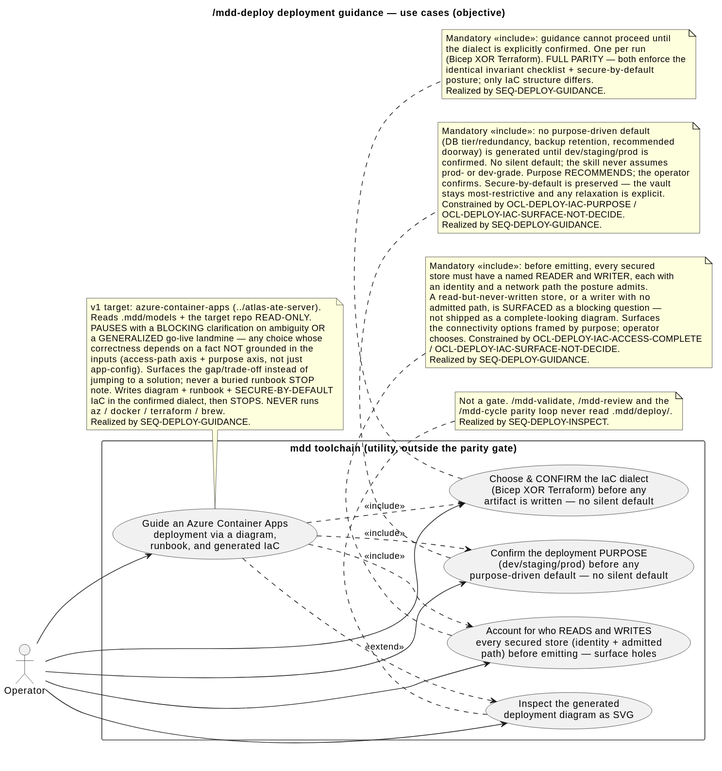
Before: .mdd/rendered/models/objective/use-cases/deploy-guidance.svg, a diagram exported from PlantUML (cthadeufaria/model-driven-development).
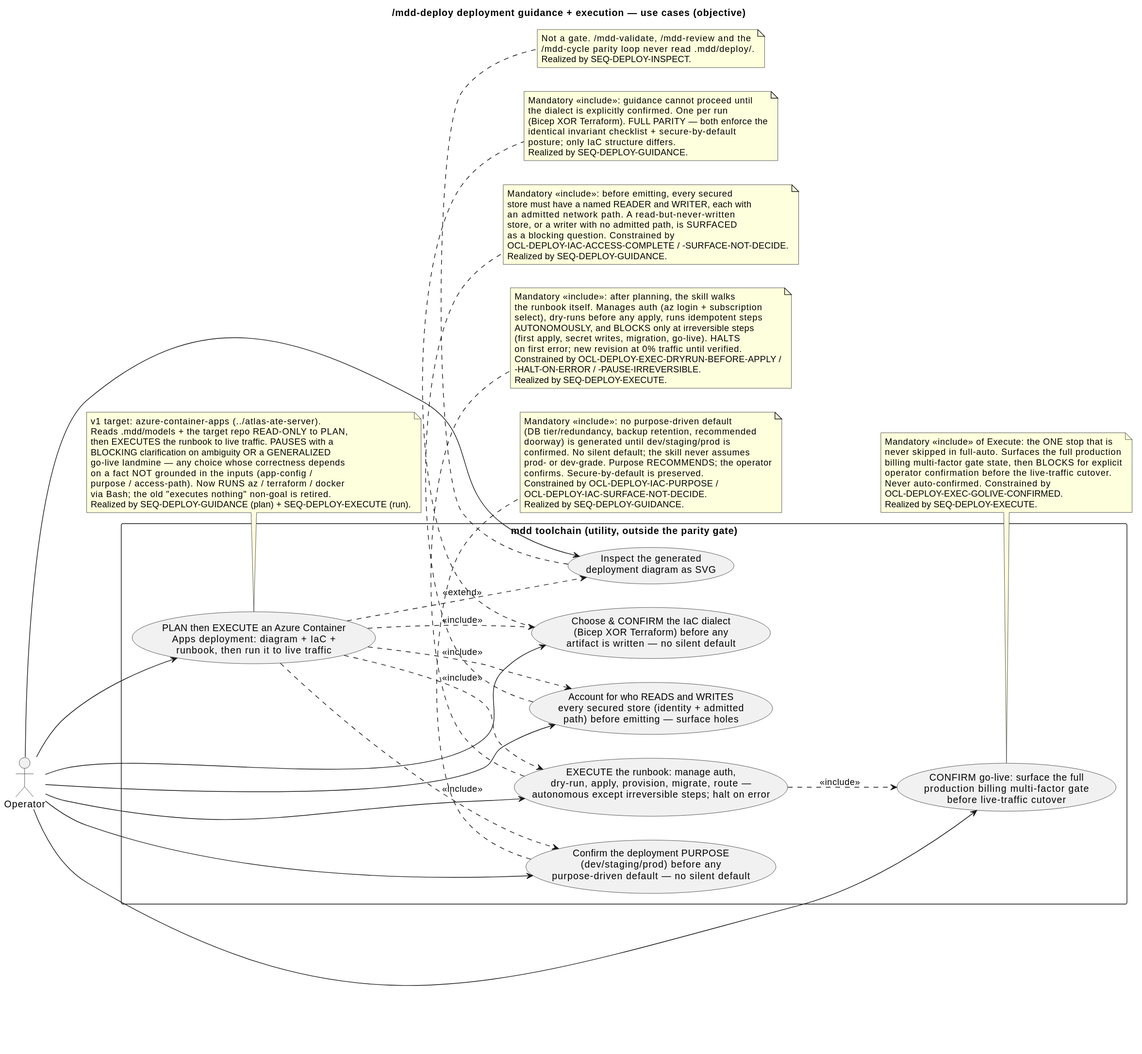
Later version of the same file.

Diff of the diagram source:
```diff
@@ -1,15 +1,17 @@
 @startuml
-title /mdd-deploy deployment guidance — use cases (objective)
+title /mdd-deploy deployment guidance + execution — use cases (objective)
 
 left to right direction
 
 actor "Operator" as Op
 
 rectangle "mdd toolchain (utility, outside the parity gate)" {
-  usecase "Guide an Azure Container Apps\ndeployment via a diagram,\nrunbook, and generated IaC" as Guide
+  usecase "PLAN then EXECUTE an Azure Container\nApps deployment: diagram + IaC +\nrunbook, then run it to live traffic" as Guide
   usecase "Choose & CONFIRM the IaC dialect\n(Bicep XOR Terraform) before any\nartifact is written — no silent default" as Dialect
   usecase "Confirm the deployment PURPOSE\n(dev/staging/prod) before any\npurpose-driven default — no silent default" as Purpose
   usecase "Account for who READS and WRITES\nevery secured store (identity + admitted\npath) before emitting — surface holes" as AccessCheck
+  usecase "EXECUTE the runbook: manage auth,\ndry-run, apply, provision, migrate, route —\nautonomous except irreversible steps; halt on error" as Execute
+  usecase "CONFIRM go-live: surface the full\nproduction billing multi-factor gate\nbefore live-traffic cutover" as GoLive
   usecase "Inspect the generated\ndeployment diagram as SVG" as Inspect
 }
 
@@ -17,26 +19,27 @@
 Op --> Dialect
 Op --> Purpose
 Op --> AccessCheck
+Op --> Execute
+Op --> GoLive
 Op --> Inspect
 
 Guide ..> Dialect : <<include>>
 Guide ..> Purpose : <<include>>
 Guide ..> AccessCheck : <<include>>
+Guide ..> Execute : <<include>>
+Execute ..> GoLive : <<include>>
 Guide ..> Inspect : <<extend>>
 
 note bottom of Guide
   v1 target: azure-container-apps (../atlas-ate-server).
-  Reads .mdd/models + the target repo READ-ONLY.
-  PAUSES with a BLOCKING clarification on ambiguity OR
-  a GENERALIZED go-live landmine — any choice whose
-  correctness depends on a fact NOT grounded in the
-  inputs (access-path axis + purpose axis, not just
-  app-config). Surfaces the gap/trade-off instead of
-  jumping to a solution; never a buried runbook STOP
-  note. Writes diagram + runbook + SECURE-BY-DEFAULT
-  IaC in the confirmed dialect, then STOPS. NEVER runs
-  az / docker / terraform / brew.
-  Realized by SEQ-DEPLOY-GUIDANCE.
+  Reads .mdd/models + the target repo READ-ONLY to PLAN,
+  then EXECUTES the runbook to live traffic. PAUSES with a
+  BLOCKING clarification on ambiguity OR a GENERALIZED
+  go-live landmine — any choice whose correctness depends
+  on a fact NOT grounded in the inputs (app-config /
+  purpose / access-path). Now RUNS az / terraform / docker
+  via Bash; the old "executes nothing" non-goal is retired.
+  Realized by SEQ-DEPLOY-GUIDANCE (plan) + SEQ-DEPLOY-EXECUTE (run).
 end note
 
 note bottom of Dialect
@@ -54,8 +57,7 @@
   doorway) is generated until dev/staging/prod is
   confirmed. No silent default; the skill never assumes
   prod- or dev-grade. Purpose RECOMMENDS; the operator
-  confirms. Secure-by-default is preserved — the vault
-  stays most-restrictive and any relaxation is explicit.
+  confirms. Secure-by-default is preserved.
   Constrained by OCL-DEPLOY-IAC-PURPOSE /
   OCL-DEPLOY-IAC-SURFACE-NOT-DECIDE.
   Realized by SEQ-DEPLOY-GUIDANCE.
@@ -64,14 +66,33 @@
 note bottom of AccessCheck
   Mandatory <<include>>: before emitting, every secured
   store must have a named READER and WRITER, each with
-  an identity and a network path the posture admits.
-  A read-but-never-written store, or a writer with no
-  admitted path, is SURFACED as a blocking question —
-  not shipped as a complete-looking diagram. Surfaces
-  the connectivity options framed by purpose; operator
-  chooses. Constrained by OCL-DEPLOY-IAC-ACCESS-COMPLETE
-  / OCL-DEPLOY-IAC-SURFACE-NOT-DECIDE.
+  an admitted network path. A read-but-never-written
+  store, or a writer with no admitted path, is SURFACED
+  as a blocking question. Constrained by
+  OCL-DEPLOY-IAC-ACCESS-COMPLETE / -SURFACE-NOT-DECIDE.
   Realized by SEQ-DEPLOY-GUIDANCE.
+end note
+
+note bottom of Execute
+  Mandatory <<include>>: after planning, the skill walks
+  the runbook itself. Manages auth (az login + subscription
+  select), dry-runs before any apply, runs idempotent steps
+  AUTONOMOUSLY, and BLOCKS only at irreversible steps
+  (first apply, secret writes, migration, go-live). HALTS
+  on first error; new revision at 0% traffic until verified.
+  Constrained by OCL-DEPLOY-EXEC-DRYRUN-BEFORE-APPLY /
+  -HALT-ON-ERROR / -PAUSE-IRREVERSIBLE.
+  Realized by SEQ-DEPLOY-EXECUTE.
+end note
+
+note bottom of GoLive
+  Mandatory <<include>> of Execute: the ONE stop that is
+  never skipped in full-auto. Surfaces the full production
+  billing multi-factor gate state, then BLOCKS for explicit
+  operator confirmation before the live-traffic cutover.
+  Never auto-confirmed. Constrained by
+  OCL-DEPLOY-EXEC-GOLIVE-CONFIRMED.
+  Realized by SEQ-DEPLOY-EXECUTE.
 end note
 
 note bottom of Inspect
```
